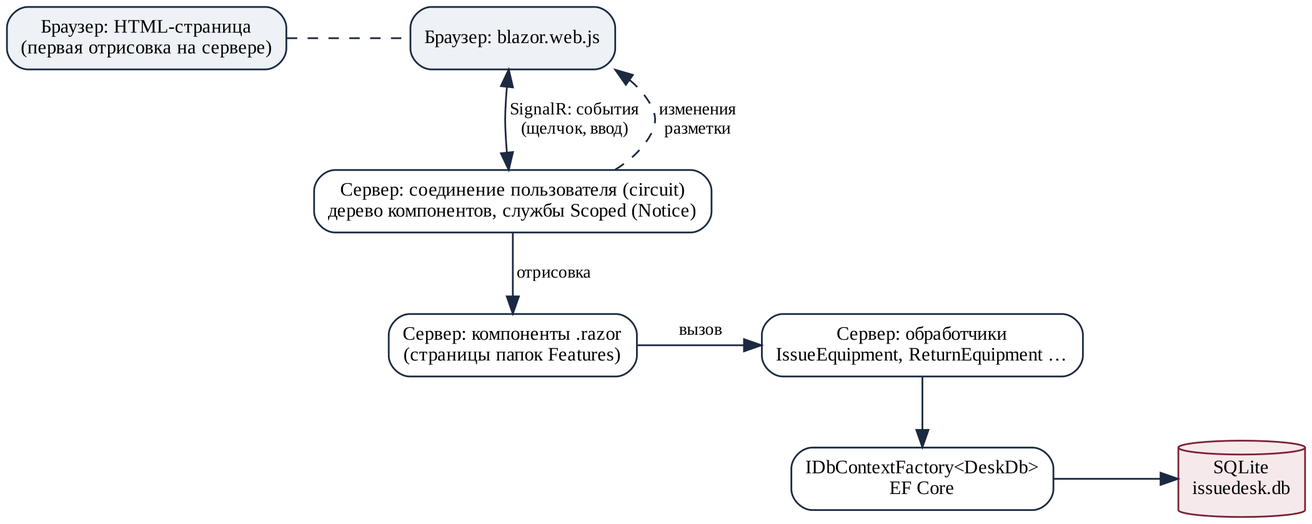
Black287234/KP-Nek keeps this Graphviz diagram as docs/report/diagrams/blazor.png. Above is the earlier version. Its source is kept beside it as docs/report/diagrams/blazor.dot. Source of this version:
```dot
digraph G {
  graph [rankdir=TB, fontname="Liberation Serif", bgcolor=white, nodesep=0.5, ranksep=0.5];
  node [shape=box, style="rounded,filled", fillcolor=white, color="#1b2a41", fontname="Liberation Serif", fontsize=11];
  edge [fontname="Liberation Serif", fontsize=10, color="#1b2a41"];
  dom [label="Браузер: HTML-страница\n(первая отрисовка на сервере)", fillcolor="#eef1f6"];
  js [label="Браузер: blazor.web.js", fillcolor="#eef1f6"];
  circ [label="Сервер: соединение пользователя (circuit)\nдерево компонентов, службы Scoped (Notice)"];
  comp [label="Сервер: компоненты .razor\n(страницы папок Features)"];
  hand [label="Сервер: обработчики\nIssueEquipment, ReturnEquipment …"];
  ctx [label="IDbContextFactory<DeskDb>\nEF Core"];
  db [label="SQLite\nissuedesk.db", shape=cylinder, fillcolor="#f6e9ec", color="#7b2335"];
  {rank=same; dom; js}
  {rank=same; comp; hand}
  {rank=same; ctx; db}
  dom -> js [style=dashed, arrowhead=none];
  js -> circ [label=" SignalR: события\n (щелчок, ввод)", dir=both];
  circ -> js [label=" изменения\n разметки", style=dashed, constraint=false];
  circ -> comp [label=" отрисовка"]; comp -> hand [label=" вызов"]; hand -> ctx; ctx -> db;
}
```
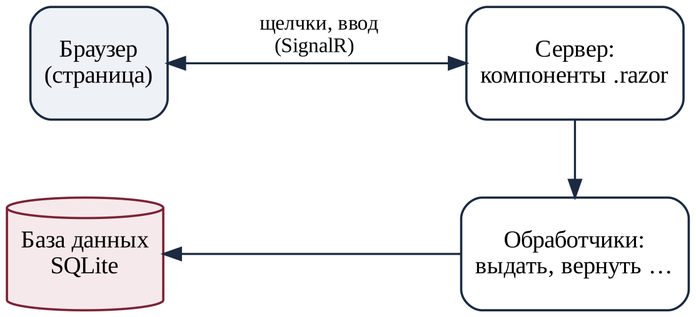
The same file after the commit.

The edit, as a diff of the source:
```diff
@@ -1,19 +1,13 @@
 digraph G {
-  graph [rankdir=TB, fontname="Liberation Serif", bgcolor=white, nodesep=0.5, ranksep=0.5];
-  node [shape=box, style="rounded,filled", fillcolor=white, color="#1b2a41", fontname="Liberation Serif", fontsize=11];
-  edge [fontname="Liberation Serif", fontsize=10, color="#1b2a41"];
-  dom [label="Браузер: HTML-страница\n(первая отрисовка на сервере)", fillcolor="#eef1f6"];
-  js [label="Браузер: blazor.web.js", fillcolor="#eef1f6"];
-  circ [label="Сервер: соединение пользователя (circuit)\nдерево компонентов, службы Scoped (Notice)"];
-  comp [label="Сервер: компоненты .razor\n(страницы папок Features)"];
-  hand [label="Сервер: обработчики\nIssueEquipment, ReturnEquipment …"];
-  ctx [label="IDbContextFactory<DeskDb>\nEF Core"];
-  db [label="SQLite\nissuedesk.db", shape=cylinder, fillcolor="#f6e9ec", color="#7b2335"];
-  {rank=same; dom; js}
-  {rank=same; comp; hand}
-  {rank=same; ctx; db}
-  dom -> js [style=dashed, arrowhead=none];
-  js -> circ [label=" SignalR: события\n (щелчок, ввод)", dir=both];
-  circ -> js [label=" изменения\n разметки", style=dashed, constraint=false];
-  circ -> comp [label=" отрисовка"]; comp -> hand [label=" вызов"]; hand -> ctx; ctx -> db;
+  graph [rankdir=TB, fontname="Liberation Serif", bgcolor=white, nodesep=1.2, ranksep=0.6];
+  node [shape=box, style="rounded,filled", fillcolor=white, color="#1b2a41", penwidth=1.3, fontname="Liberation Serif", fontsize=14, height=0.9];
+  edge [fontname="Liberation Serif", fontsize=12, color="#1b2a41", penwidth=1.2];
+  b [label="Браузер\n(страница)", fillcolor="#eef1f6"];
+  s [label="Сервер:\nкомпоненты .razor"];
+  h [label="Обработчики:\nвыдать, вернуть …"];
+  d [label="База данных\nSQLite", shape=cylinder, fillcolor="#f6e9ec", color="#7b2335"];
+  b -> s [label=" щелчки, ввод\n(SignalR) ", dir=both];
+  s -> h; d -> h [dir=back];
+  {rank=same; b; s}
+  {rank=same; d; h}
 }
```
